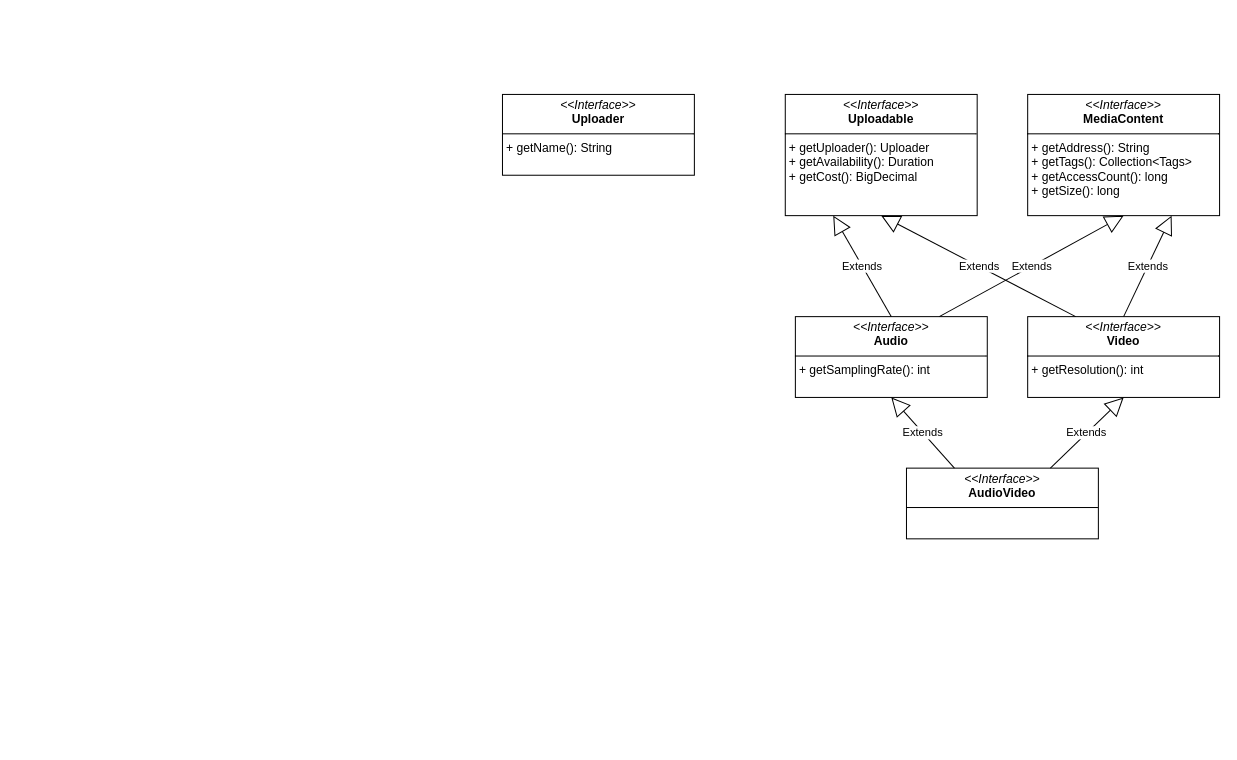
voelkerh/voelkerh keeps this draw.io diagram as Interfaces.drawio. Above is the earlier version. Source tidied: cells renumbered, new cells numbered last; positions are measured from the earlier drawing's top-left corner, leaving out a move shared by most shapes. Both pictures are drawn from the tidied source at 101%, with x=0, y=0 at pixel (502, 94).
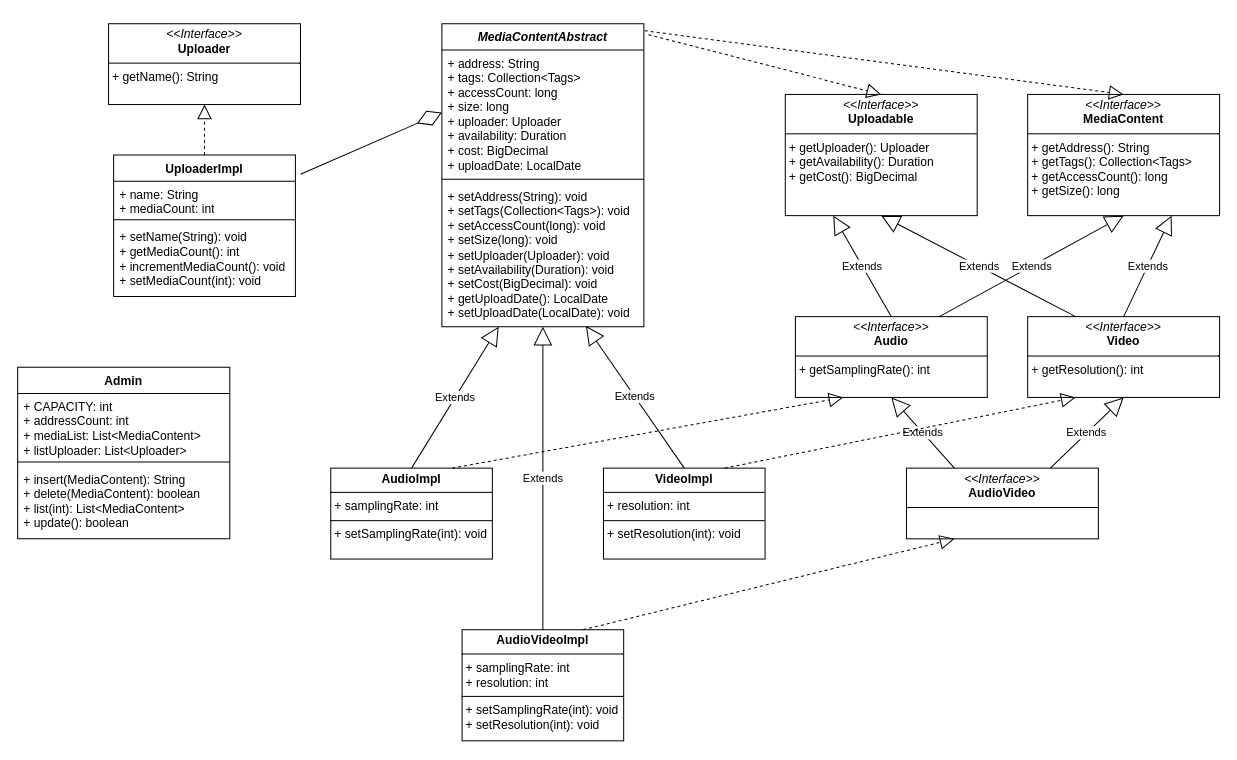
Above is the later version.

Unchanged cells that the change refers to:
```xml
<mxCell id="2" value="&lt;p style=&quot;margin:0px;margin-top:4px;text-align:center;&quot;&gt;&lt;i&gt;&amp;lt;&amp;lt;Interface&amp;gt;&amp;gt;&lt;/i&gt;&lt;br&gt;&lt;b&gt;MediaContent&lt;/b&gt;&lt;/p&gt;&lt;hr size=&quot;1&quot; style=&quot;border-style:solid;&quot;&gt;&lt;p style=&quot;margin:0px;margin-left:4px;&quot;&gt;&lt;/p&gt;&lt;p style=&quot;margin:0px;margin-left:4px;&quot;&gt;+ getAddress(): String&lt;br&gt;+ getTags(): Collection&amp;lt;Tags&amp;gt;&lt;/p&gt;&lt;p style=&quot;margin:0px;margin-left:4px;&quot;&gt;+ getAccessCount(): long&lt;/p&gt;&lt;p style=&quot;margin:0px;margin-left:4px;&quot;&gt;+ getSize(): long&lt;/p&gt;" style="verticalAlign=top;align=left;overflow=fill;html=1;whiteSpace=wrap;" parent="1" vertex="1">
  <mxGeometry x="520" width="190" height="120" as="geometry" />
</mxCell>
<mxCell id="3" value="&lt;p style=&quot;margin:0px;margin-top:4px;text-align:center;&quot;&gt;&lt;i&gt;&amp;lt;&amp;lt;Interface&amp;gt;&amp;gt;&lt;/i&gt;&lt;br&gt;&lt;b&gt;Audio&lt;/b&gt;&lt;/p&gt;&lt;hr size=&quot;1&quot; style=&quot;border-style:solid;&quot;&gt;&lt;p style=&quot;margin:0px;margin-left:4px;&quot;&gt;+ getSamplingRate(): int&lt;br&gt;&lt;/p&gt;" style="verticalAlign=top;align=left;overflow=fill;html=1;whiteSpace=wrap;" parent="1" vertex="1">
  <mxGeometry x="290" y="220" width="190" height="80" as="geometry" />
</mxCell>
<mxCell id="4" value="&lt;p style=&quot;margin:0px;margin-top:4px;text-align:center;&quot;&gt;&lt;i&gt;&amp;lt;&amp;lt;Interface&amp;gt;&amp;gt;&lt;/i&gt;&lt;br&gt;&lt;b&gt;Video&lt;/b&gt;&lt;/p&gt;&lt;hr size=&quot;1&quot; style=&quot;border-style:solid;&quot;&gt;&lt;p style=&quot;margin:0px;margin-left:4px;&quot;&gt;+ getResolution(): int&lt;br&gt;&lt;/p&gt;" style="verticalAlign=top;align=left;overflow=fill;html=1;whiteSpace=wrap;" parent="1" vertex="1">
  <mxGeometry x="520" y="220" width="190" height="80" as="geometry" />
</mxCell>
<mxCell id="5" value="&lt;p style=&quot;margin:0px;margin-top:4px;text-align:center;&quot;&gt;&lt;i&gt;&amp;lt;&amp;lt;Interface&amp;gt;&amp;gt;&lt;/i&gt;&lt;br&gt;&lt;b&gt;AudioVideo&lt;/b&gt;&lt;/p&gt;&lt;hr size=&quot;1&quot; style=&quot;border-style:solid;&quot;&gt;&lt;p style=&quot;margin:0px;margin-left:4px;&quot;&gt;&lt;br&gt;&lt;/p&gt;" style="verticalAlign=top;align=left;overflow=fill;html=1;whiteSpace=wrap;" parent="1" vertex="1">
  <mxGeometry x="400" y="370" width="190" height="70" as="geometry" />
</mxCell>
<mxCell id="6" value="&lt;p style=&quot;margin:0px;margin-top:4px;text-align:center;&quot;&gt;&lt;i&gt;&amp;lt;&amp;lt;Interface&amp;gt;&amp;gt;&lt;/i&gt;&lt;br&gt;&lt;b&gt;Uploadable&lt;/b&gt;&lt;/p&gt;&lt;hr size=&quot;1&quot; style=&quot;border-style:solid;&quot;&gt;&lt;p style=&quot;margin:0px;margin-left:4px;&quot;&gt;&lt;/p&gt;&lt;p style=&quot;margin:0px;margin-left:4px;&quot;&gt;+ getUploader(): Uploader&lt;br&gt;+ getAvailability(): Duration&lt;/p&gt;&lt;p style=&quot;margin:0px;margin-left:4px;&quot;&gt;+ getCost(): BigDecimal&lt;/p&gt;" style="verticalAlign=top;align=left;overflow=fill;html=1;whiteSpace=wrap;" parent="1" vertex="1">
  <mxGeometry x="280" width="190" height="120" as="geometry" />
</mxCell>
```

The edit, as a diff of the source:
```diff
@@
     <mxCell id="13" value="&lt;p style=&quot;margin:0px;margin-top:4px;text-align:center;&quot;&gt;&lt;i&gt;&amp;lt;&amp;lt;Interface&amp;gt;&amp;gt;&lt;/i&gt;&lt;br&gt;&lt;b&gt;Uploader&lt;/b&gt;&lt;/p&gt;&lt;hr size=&quot;1&quot; style=&quot;border-style:solid;&quot;&gt;&lt;p style=&quot;margin:0px;margin-left:4px;&quot;&gt;+ getName(): String&lt;br&gt;&lt;/p&gt;" style="verticalAlign=top;align=left;overflow=fill;html=1;whiteSpace=wrap;" parent="1" vertex="1">
-      <mxGeometry width="190" height="80" as="geometry" />
+      <mxGeometry x="-390" y="-70" width="190" height="80" as="geometry" />
     </mxCell>
+    <mxCell id="14" value="Admin" style="swimlane;fontStyle=1;align=center;verticalAlign=top;horizontal=1;startSize=26;whiteSpace=wrap;html=1;" parent="1" vertex="1">
+      <mxGeometry x="-480" y="270" width="210" height="170" as="geometry" />
+    </mxCell>
+    <mxCell id="15" value="+ CAPACITY: int&lt;div&gt;+ addressCount: int&lt;/div&gt;&lt;div&gt;+ mediaList: List&amp;lt;MediaContent&amp;gt;&lt;/div&gt;&lt;div&gt;+ listUploader: List&amp;lt;Uploader&amp;gt;&lt;/div&gt;" style="text;strokeColor=none;fillColor=none;align=left;verticalAlign=top;spacingLeft=4;spacingRight=4;overflow=hidden;whiteSpace=wrap;html=1;" parent="14" vertex="1">
+      <mxGeometry y="26" width="210" height="64" as="geometry" />
+    </mxCell>
+    <mxCell id="16" style="line;strokeWidth=1;fillColor=none;align=left;verticalAlign=middle;spacingTop=-1;spacingLeft=3;spacingRight=3;labelPosition=right;strokeColor=inherit;" parent="14" vertex="1">
+      <mxGeometry y="90" width="210" height="8" as="geometry" />
+    </mxCell>
+    <mxCell id="17" value="+ insert(MediaContent): String&lt;div&gt;+ delete(MediaContent): boolean&lt;/div&gt;&lt;div&gt;+ list(int): List&amp;lt;MediaContent&amp;gt;&lt;/div&gt;&lt;div&gt;+ update(): boolean&lt;/div&gt;" style="text;strokeColor=none;fillColor=none;align=left;verticalAlign=top;spacingLeft=4;spacingRight=4;overflow=hidden;whiteSpace=wrap;html=1;" parent="14" vertex="1">
+      <mxGeometry y="98" width="210" height="72" as="geometry" />
+    </mxCell>
+    <mxCell id="18" value="&lt;i&gt;MediaContentAbstract&lt;/i&gt;" style="swimlane;fontStyle=1;align=center;verticalAlign=top;horizontal=1;startSize=26;whiteSpace=wrap;html=1;" parent="1" vertex="1">
+      <mxGeometry x="-60" y="-70" width="200" height="300" as="geometry" />
+    </mxCell>
+    <mxCell id="19" value="+ address: String&lt;div&gt;+ tags: Collection&amp;lt;Tags&amp;gt;&lt;/div&gt;&lt;div&gt;+ accessCount: long&lt;/div&gt;&lt;div&gt;+ size: long&lt;/div&gt;&lt;div&gt;+ uploader: Uploader&lt;/div&gt;&lt;div&gt;+ availability: Duration&lt;/div&gt;&lt;div&gt;+ cost: BigDecimal&lt;/div&gt;&lt;div&gt;+ uploadDate: LocalDate&lt;/div&gt;" style="text;strokeColor=none;fillColor=none;align=left;verticalAlign=top;spacingLeft=4;spacingRight=4;overflow=hidden;points=[[0,0.5],[1,0.5]];portConstraint=eastwest;whiteSpace=wrap;html=1;" parent="18" vertex="1">
+      <mxGeometry y="26" width="200" height="124" as="geometry" />
+    </mxCell>
+    <mxCell id="20" style="line;strokeWidth=1;fillColor=none;align=left;verticalAlign=middle;spacingTop=-1;spacingLeft=3;spacingRight=3;labelPosition=right;strokeColor=inherit;" parent="18" vertex="1">
+      <mxGeometry y="150" width="200" height="8" as="geometry" />
+    </mxCell>
+    <mxCell id="21" value="+ setAddress(String): void&lt;div&gt;+ setTags(Collection&amp;lt;Tags&amp;gt;): void&lt;/div&gt;&lt;div&gt;+ setAccessCount(long): void&lt;/div&gt;&lt;div&gt;+ setSize(long): void&lt;/div&gt;&lt;div&gt;+ setUploader(Uploader): void&lt;/div&gt;&lt;div&gt;+ setAvailability(Duration): void&lt;/div&gt;&lt;div&gt;+ setCost(BigDecimal): void&lt;/div&gt;&lt;div&gt;+ getUploadDate(): LocalDate&lt;/div&gt;&lt;div&gt;+ setUploadDate(LocalDate): void&lt;/div&gt;" style="text;strokeColor=none;fillColor=none;align=left;verticalAlign=top;spacingLeft=4;spacingRight=4;overflow=hidden;points=[[0,0.5],[1,0.5]];portConstraint=eastwest;whiteSpace=wrap;html=1;" parent="18" vertex="1">
+      <mxGeometry y="158" width="200" height="142" as="geometry" />
+    </mxCell>
+    <mxCell id="22" style="endArrow=block;dashed=1;endFill=0;endSize=12;html=1;rounded=0;entryX=0.5;entryY=0;entryDx=0;entryDy=0;exitX=1.023;exitY=0.036;exitDx=0;exitDy=0;exitPerimeter=0;" parent="1" edge="1" source="18" target="6">
+      <mxGeometry relative="1" as="geometry" />
+    </mxCell>
+    <mxCell id="23" style="endArrow=block;dashed=1;endFill=0;endSize=12;html=1;rounded=0;exitX=1.004;exitY=-0.154;exitDx=0;exitDy=0;exitPerimeter=0;entryX=0.5;entryY=0;entryDx=0;entryDy=0;" parent="1" edge="1" source="19" target="2">
+      <mxGeometry relative="1" as="geometry" />
+    </mxCell>
+    <mxCell id="24" value="&lt;p style=&quot;margin:0px;margin-top:4px;text-align:center;&quot;&gt;&lt;b&gt;AudioImpl&lt;/b&gt;&lt;/p&gt;&lt;hr size=&quot;1&quot; style=&quot;border-style:solid;&quot;&gt;&lt;p style=&quot;margin:0px;margin-left:4px;&quot;&gt;+ samplingRate: int&lt;/p&gt;&lt;hr size=&quot;1&quot; style=&quot;border-style:solid;&quot;&gt;&lt;p style=&quot;margin:0px;margin-left:4px;&quot;&gt;+ setSamplingRate(int): void&lt;/p&gt;" style="verticalAlign=top;align=left;overflow=fill;html=1;whiteSpace=wrap;" parent="1" vertex="1">
+      <mxGeometry x="-170" y="370" width="160" height="90" as="geometry" />
+    </mxCell>
+    <mxCell id="25" value="&lt;p style=&quot;margin:0px;margin-top:4px;text-align:center;&quot;&gt;&lt;b&gt;VideoImpl&lt;/b&gt;&lt;/p&gt;&lt;hr size=&quot;1&quot; style=&quot;border-style:solid;&quot;&gt;&lt;p style=&quot;margin:0px;margin-left:4px;&quot;&gt;+ resolution: int&lt;/p&gt;&lt;hr size=&quot;1&quot; style=&quot;border-style:solid;&quot;&gt;&lt;p style=&quot;margin:0px;margin-left:4px;&quot;&gt;+ setResolution(int): void&lt;/p&gt;" style="verticalAlign=top;align=left;overflow=fill;html=1;whiteSpace=wrap;" parent="1" vertex="1">
+      <mxGeometry x="100" y="370" width="160" height="90" as="geometry" />
+    </mxCell>
+    <mxCell id="26" value="&lt;p style=&quot;margin:0px;margin-top:4px;text-align:center;&quot;&gt;&lt;b&gt;AudioVideoImpl&lt;/b&gt;&lt;/p&gt;&lt;hr size=&quot;1&quot; style=&quot;border-style:solid;&quot;&gt;&lt;p style=&quot;margin:0px;margin-left:4px;&quot;&gt;+ samplingRate: int&lt;/p&gt;&lt;p style=&quot;margin:0px;margin-left:4px;&quot;&gt;+ resolution: int&lt;/p&gt;&lt;hr size=&quot;1&quot; style=&quot;border-style:solid;&quot;&gt;&lt;p style=&quot;margin:0px;margin-left:4px;&quot;&gt;+ setSamplingRate(int): void&lt;/p&gt;&lt;p style=&quot;margin:0px;margin-left:4px;&quot;&gt;+ setResolution(int): void&lt;/p&gt;" style="verticalAlign=top;align=left;overflow=fill;html=1;whiteSpace=wrap;" parent="1" vertex="1">
+      <mxGeometry x="-40" y="530" width="160" height="110" as="geometry" />
+    </mxCell>
+    <mxCell id="27" style="endArrow=block;dashed=1;endFill=0;endSize=12;html=1;rounded=0;entryX=0.25;entryY=1;entryDx=0;entryDy=0;exitX=0.75;exitY=0;exitDx=0;exitDy=0;" parent="1" edge="1" source="24" target="3">
+      <mxGeometry relative="1" as="geometry" />
+    </mxCell>
+    <mxCell id="28" style="endArrow=block;dashed=1;endFill=0;endSize=12;html=1;rounded=0;entryX=0.25;entryY=1;entryDx=0;entryDy=0;exitX=0.75;exitY=0;exitDx=0;exitDy=0;" parent="1" edge="1" source="25" target="4">
+      <mxGeometry relative="1" as="geometry" />
+    </mxCell>
+    <mxCell id="29" style="endArrow=block;dashed=1;endFill=0;endSize=12;html=1;rounded=0;entryX=0.25;entryY=1;entryDx=0;entryDy=0;exitX=0.75;exitY=0;exitDx=0;exitDy=0;" parent="1" edge="1" source="26" target="5">
+      <mxGeometry relative="1" as="geometry" />
+    </mxCell>
+    <mxCell id="30" value="Extends" style="endArrow=block;endSize=16;endFill=0;html=1;rounded=0;exitX=0.5;exitY=0;exitDx=0;exitDy=0;" parent="1" edge="1" source="24" target="21">
+      <mxGeometry relative="1" as="geometry" />
+    </mxCell>
+    <mxCell id="31" value="Extends" style="endArrow=block;endSize=16;endFill=0;html=1;rounded=0;exitX=0.5;exitY=0;exitDx=0;exitDy=0;entryX=0.713;entryY=0.994;entryDx=0;entryDy=0;entryPerimeter=0;" parent="1" edge="1" source="25" target="21">
+      <mxGeometry relative="1" as="geometry" />
+    </mxCell>
+    <mxCell id="32" value="Extends" style="endArrow=block;endSize=16;endFill=0;html=1;rounded=0;exitX=0.5;exitY=0;exitDx=0;exitDy=0;" parent="1" edge="1" source="26">
+      <mxGeometry relative="1" as="geometry">
+        <mxPoint x="40" y="230" as="targetPoint" />
+      </mxGeometry>
+    </mxCell>
+    <mxCell id="33" value="UploaderImpl" style="swimlane;fontStyle=1;align=center;verticalAlign=top;horizontal=1;startSize=26;whiteSpace=wrap;html=1;" parent="1" vertex="1">
+      <mxGeometry x="-385" y="60" width="180" height="140" as="geometry" />
+    </mxCell>
+    <mxCell id="34" value="+ name: String&lt;div&gt;+ mediaCount: int&lt;/div&gt;" style="text;strokeColor=none;fillColor=none;align=left;verticalAlign=top;spacingLeft=4;spacingRight=4;overflow=hidden;whiteSpace=wrap;html=1;" parent="33" vertex="1">
+      <mxGeometry y="26" width="180" height="34" as="geometry" />
+    </mxCell>
+    <mxCell id="35" style="line;strokeWidth=1;fillColor=none;align=left;verticalAlign=middle;spacingTop=-1;spacingLeft=3;spacingRight=3;labelPosition=right;strokeColor=inherit;" parent="33" vertex="1">
+      <mxGeometry y="60" width="180" height="8" as="geometry" />
+    </mxCell>
+    <mxCell id="36" value="+ setName(String): void&lt;div&gt;+ getMediaCount(): int&lt;/div&gt;&lt;div&gt;+ incrementMediaCount(): void&lt;/div&gt;&lt;div&gt;+ setMediaCount(int): void&lt;/div&gt;" style="text;strokeColor=none;fillColor=none;align=left;verticalAlign=top;spacingLeft=4;spacingRight=4;overflow=hidden;whiteSpace=wrap;html=1;" parent="33" vertex="1">
+      <mxGeometry y="68" width="180" height="72" as="geometry" />
+    </mxCell>
+    <mxCell id="37" style="endArrow=block;dashed=1;endFill=0;endSize=12;html=1;rounded=0;entryX=0.5;entryY=1;entryDx=0;entryDy=0;exitX=0.5;exitY=0;exitDx=0;exitDy=0;" parent="1" edge="1" source="33" target="13">
+      <mxGeometry relative="1" as="geometry" />
+    </mxCell>
+    <mxCell id="38" style="endArrow=diamondThin;endFill=0;endSize=24;html=1;rounded=0;entryX=0;entryY=0.5;entryDx=0;entryDy=0;" parent="1" edge="1" target="19">
+      <mxGeometry relative="1" as="geometry">
+        <mxPoint x="-200" y="79" as="sourcePoint" />
+      </mxGeometry>
+    </mxCell>
```
